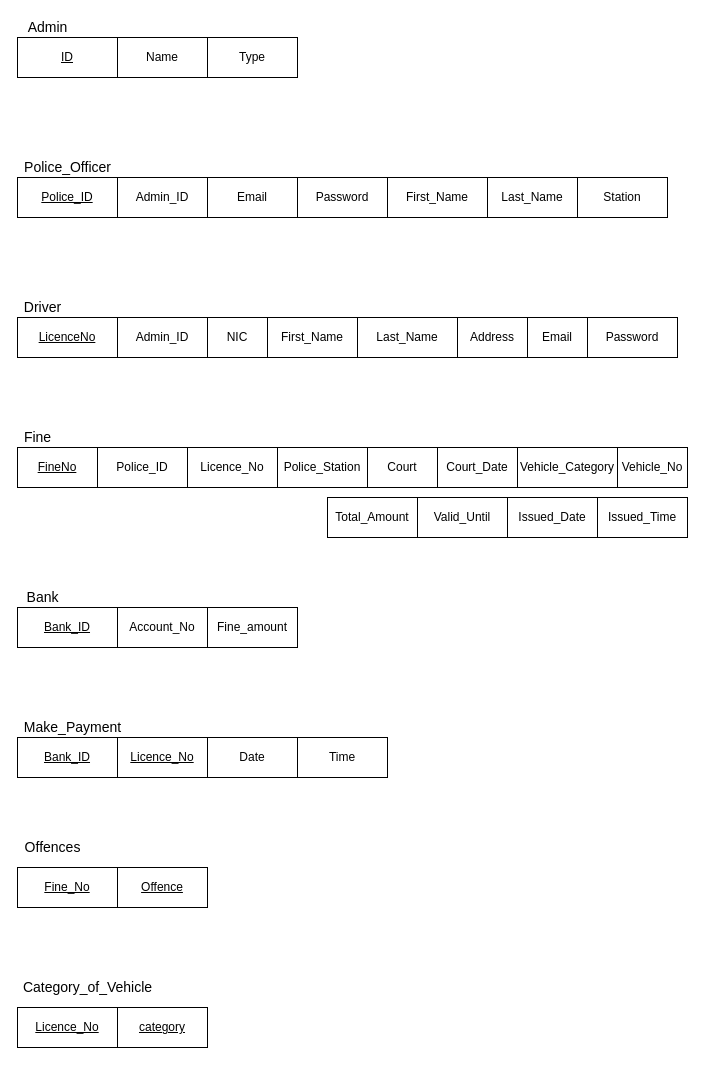
Above: diagrams/Normalized tables.drawio in IROdEvO/PoliceReportingSystemDistributed (draw.io), before the change. Source tidied: cells renumbered, new cells numbered last; positions are measured from the earlier drawing's top-left corner, leaving out a move shared by most shapes. Both pictures are drawn from the tidied source at 100%, with x=0, y=0 at pixel (17, 17).
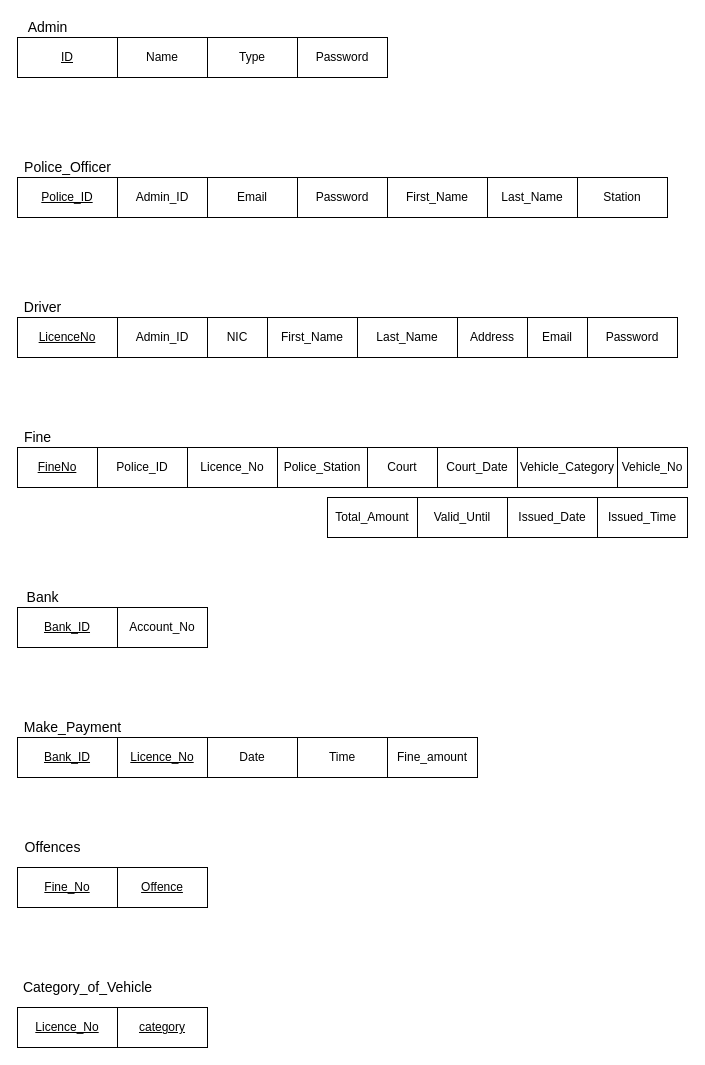
Above is the later version.

Diff of the diagram source:
```diff
@@
     <mxCell id="41" value="Fine_amount" style="rounded=0;whiteSpace=wrap;html=1;" parent="1" vertex="1">
-      <mxGeometry x="190" y="590" width="90" height="40" as="geometry" />
+      <mxGeometry x="370" y="720" width="90" height="40" as="geometry" />
     </mxCell>
@@
+    <mxCell id="51" value="Password" style="rounded=0;whiteSpace=wrap;html=1;" parent="1" vertex="1">
+      <mxGeometry x="280" y="20" width="90" height="40" as="geometry" />
+    </mxCell>
```
